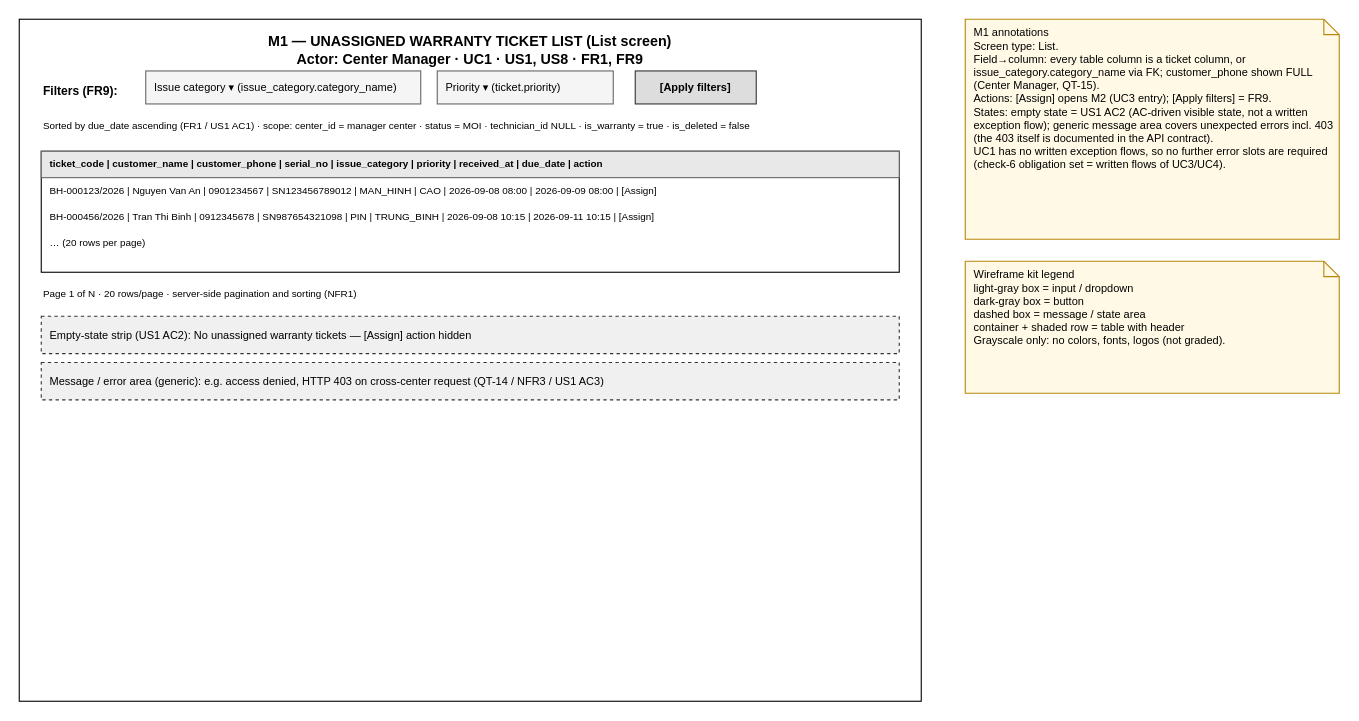
RASPHONE/cdtn1-rasphonesamphanthamith-l4 keeps this draw.io diagram as page "M1 Unassigned list" (1 of 3) of docs/wireframes_l4_en.drawio. Above is the earlier version. Source tidied: cells renumbered, new cells numbered last; positions are measured from the earlier drawing's top-left corner, leaving out a move shared by most shapes. Both pictures are drawn from the tidied source at 110%, with x=0, y=0 at pixel (19, 19).
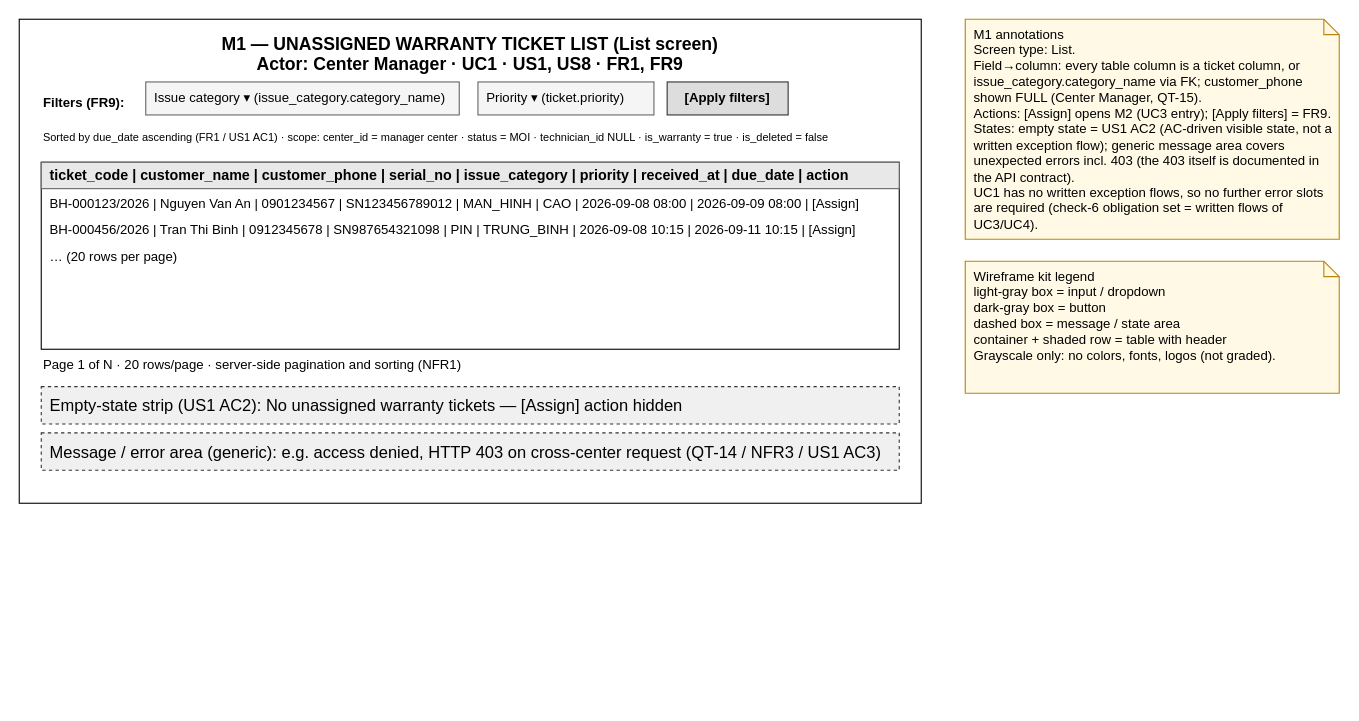
After the change.

The edit, as a diff of the source:
```diff
@@
 <mxGraphModel>
   <root>
     <mxCell id="0" />
     <mxCell id="1" parent="0" />
-    <mxCell id="2" value="M1 — UNASSIGNED WARRANTY TICKET LIST (List screen)&#10;Actor: Center Manager · UC1 · US1, US8 · FR1, FR9" style="rounded=0;whiteSpace=wrap;html=1;fillColor=#FFFFFF;strokeColor=#000000;verticalAlign=top;fontStyle=1;fontSize=13;spacingTop=6;" parent="1" vertex="1">
-      <mxGeometry width="820" height="620" as="geometry" />
+    <mxCell id="2" value="M1 — UNASSIGNED WARRANTY TICKET LIST (List screen)&#10;Actor: Center Manager · UC1 · US1, US8 · FR1, FR9" style="rounded=0;whiteSpace=wrap;html=1;fillColor=#FFFFFF;strokeColor=#000000;verticalAlign=top;fontStyle=1;fontSize=16;spacingTop=6;" parent="1" vertex="1">
+      <mxGeometry width="820" height="440" as="geometry" />
     </mxCell>
-    <mxCell id="3" value="Filters (FR9):" style="text;html=1;align=left;fontSize=11;fontStyle=1;" parent="1" vertex="1">
-      <mxGeometry x="20" y="52" width="90" height="20" as="geometry" />
+    <mxCell id="3" value="Filters (FR9):" style="text;html=1;align=left;fontSize=12;fontStyle=1;" parent="1" vertex="1">
+      <mxGeometry x="20" y="62" width="90" height="20" as="geometry" />
     </mxCell>
-    <mxCell id="4" value="Issue category ▾ (issue_category.category_name)" style="rounded=0;whiteSpace=wrap;html=1;fillColor=#F5F5F5;strokeColor=#666666;align=left;spacingLeft=6;fontSize=10;" parent="1" vertex="1">
-      <mxGeometry x="115" y="47" width="250" height="30" as="geometry" />
+    <mxCell id="4" value="Issue category ▾ (issue_category.category_name)" style="rounded=0;whiteSpace=wrap;html=1;fillColor=#F5F5F5;strokeColor=#666666;align=left;spacingLeft=6;fontSize=12;" parent="1" vertex="1">
+      <mxGeometry x="115" y="57" width="285" height="30" as="geometry" />
     </mxCell>
-    <mxCell id="5" value="Priority ▾ (ticket.priority)" style="rounded=0;whiteSpace=wrap;html=1;fillColor=#F5F5F5;strokeColor=#666666;align=left;spacingLeft=6;fontSize=10;" parent="1" vertex="1">
-      <mxGeometry x="380" y="47" width="160" height="30" as="geometry" />
+    <mxCell id="5" value="Priority ▾ (ticket.priority)" style="rounded=0;whiteSpace=wrap;html=1;fillColor=#F5F5F5;strokeColor=#666666;align=left;spacingLeft=6;fontSize=12;" parent="1" vertex="1">
+      <mxGeometry x="417" y="57" width="160" height="30" as="geometry" />
     </mxCell>
-    <mxCell id="6" value="[Apply filters]" style="rounded=0;whiteSpace=wrap;html=1;fillColor=#DDDDDD;strokeColor=#333333;fontSize=10;fontStyle=1;" parent="1" vertex="1">
-      <mxGeometry x="560" y="47" width="110" height="30" as="geometry" />
+    <mxCell id="6" value="[Apply filters]" style="rounded=0;whiteSpace=wrap;html=1;fillColor=#DDDDDD;strokeColor=#333333;fontSize=12;fontStyle=1;" parent="1" vertex="1">
+      <mxGeometry x="589" y="57" width="110" height="30" as="geometry" />
     </mxCell>
-    <mxCell id="7" value="Sorted by due_date ascending (FR1 / US1 AC1) · scope: center_id = manager center · status = MOI · technician_id NULL · is_warranty = true · is_deleted = false" style="text;html=1;align=left;fontSize=9;" parent="1" vertex="1">
-      <mxGeometry x="20" y="85" width="780" height="28" as="geometry" />
+    <mxCell id="7" value="Sorted by due_date ascending (FR1 / US1 AC1) · scope: center_id = manager center · status = MOI · technician_id NULL · is_warranty = true · is_deleted = false" style="text;html=1;align=left;fontSize=10;" parent="1" vertex="1">
+      <mxGeometry x="20" y="95" width="780" height="28" as="geometry" />
     </mxCell>
     <mxCell id="8" style="rounded=0;whiteSpace=wrap;html=1;fillColor=none;strokeColor=#000000;" parent="1" vertex="1">
-      <mxGeometry x="20" y="120" width="780" height="110" as="geometry" />
+      <mxGeometry x="20" y="130" width="780" height="170" as="geometry" />
     </mxCell>
-    <mxCell id="9" value="ticket_code | customer_name | customer_phone | serial_no | issue_category | priority | received_at | due_date | action" style="rounded=0;whiteSpace=wrap;html=1;fillColor=#E8E8E8;strokeColor=#666666;align=left;spacingLeft=6;fontSize=9;fontStyle=1;" parent="1" vertex="1">
-      <mxGeometry x="20" y="120" width="780" height="24" as="geometry" />
+    <mxCell id="9" value="ticket_code | customer_name | customer_phone | serial_no | issue_category | priority | received_at | due_date | action" style="rounded=0;whiteSpace=wrap;html=1;fillColor=#E8E8E8;strokeColor=#666666;align=left;spacingLeft=6;fontSize=13;fontStyle=1;" parent="1" vertex="1">
+      <mxGeometry x="20" y="130" width="780" height="24" as="geometry" />
     </mxCell>
-    <mxCell id="10" value="BH-000123/2026 | Nguyen Van An | 0901234567 | SN123456789012 | MAN_HINH | CAO | 2026-09-08 08:00 | 2026-09-09 08:00 | [Assign]" style="text;html=1;align=left;spacingLeft=6;fontSize=9;" parent="1" vertex="1">
-      <mxGeometry x="20" y="144" width="780" height="24" as="geometry" />
+    <mxCell id="10" value="BH-000123/2026 | Nguyen Van An | 0901234567 | SN123456789012 | MAN_HINH | CAO | 2026-09-08 08:00 | 2026-09-09 08:00 | [Assign]" style="text;html=1;align=left;spacingLeft=6;fontSize=12;" parent="1" vertex="1">
+      <mxGeometry x="20" y="154" width="780" height="24" as="geometry" />
     </mxCell>
-    <mxCell id="11" value="BH-000456/2026 | Tran Thi Binh | 0912345678 | SN987654321098 | PIN | TRUNG_BINH | 2026-09-08 10:15 | 2026-09-11 10:15 | [Assign]" style="text;html=1;align=left;spacingLeft=6;fontSize=9;" parent="1" vertex="1">
-      <mxGeometry x="20" y="168" width="780" height="24" as="geometry" />
+    <mxCell id="11" value="BH-000456/2026 | Tran Thi Binh | 0912345678 | SN987654321098 | PIN | TRUNG_BINH | 2026-09-08 10:15 | 2026-09-11 10:15 | [Assign]" style="text;html=1;align=left;spacingLeft=6;fontSize=12;" parent="1" vertex="1">
+      <mxGeometry x="20" y="178" width="780" height="24" as="geometry" />
     </mxCell>
-    <mxCell id="12" value="… (20 rows per page)" style="text;html=1;align=left;spacingLeft=6;fontSize=9;" parent="1" vertex="1">
-      <mxGeometry x="20" y="192" width="780" height="24" as="geometry" />
+    <mxCell id="12" value="… (20 rows per page)" style="text;html=1;align=left;spacingLeft=6;fontSize=12;" parent="1" vertex="1">
+      <mxGeometry x="20" y="202" width="780" height="24" as="geometry" />
     </mxCell>
-    <mxCell id="13" value="Page 1 of N · 20 rows/page · server-side pagination and sorting (NFR1)" style="text;html=1;align=left;fontSize=9;" parent="1" vertex="1">
-      <mxGeometry x="20" y="238" width="500" height="20" as="geometry" />
+    <mxCell id="13" value="Page 1 of N · 20 rows/page · server-side pagination and sorting (NFR1)" style="text;html=1;align=left;fontSize=12;" parent="1" vertex="1">
+      <mxGeometry x="20" y="300" width="500" height="20" as="geometry" />
     </mxCell>
-    <mxCell id="14" value="Empty-state strip (US1 AC2): No unassigned warranty tickets — [Assign] action hidden" style="rounded=0;whiteSpace=wrap;html=1;fillColor=#F0F0F0;strokeColor=#333333;dashed=1;align=left;spacingLeft=6;fontSize=10;" parent="1" vertex="1">
-      <mxGeometry x="20" y="270" width="780" height="34" as="geometry" />
+    <mxCell id="14" value="Empty-state strip (US1 AC2): No unassigned warranty tickets — [Assign] action hidden" style="rounded=0;whiteSpace=wrap;html=1;fillColor=#F0F0F0;strokeColor=#333333;dashed=1;align=left;spacingLeft=6;fontSize=15;" parent="1" vertex="1">
+      <mxGeometry x="20" y="334" width="780" height="34" as="geometry" />
     </mxCell>
-    <mxCell id="15" value="Message / error area (generic): e.g. access denied, HTTP 403 on cross-center request (QT-14 / NFR3 / US1 AC3)" style="rounded=0;whiteSpace=wrap;html=1;fillColor=#F0F0F0;strokeColor=#333333;dashed=1;align=left;spacingLeft=6;fontSize=10;" parent="1" vertex="1">
-      <mxGeometry x="20" y="312" width="780" height="34" as="geometry" />
+    <mxCell id="15" value="Message / error area (generic): e.g. access denied, HTTP 403 on cross-center request (QT-14 / NFR3 / US1 AC3)" style="rounded=0;whiteSpace=wrap;html=1;fillColor=#F0F0F0;strokeColor=#333333;dashed=1;align=left;spacingLeft=6;fontSize=15;" parent="1" vertex="1">
+      <mxGeometry x="20" y="376" width="780" height="34" as="geometry" />
     </mxCell>
-    <mxCell id="16" value="M1 annotations&#10;Screen type: List.&#10;Field→column: every table column is a ticket column, or issue_category.category_name via FK; customer_phone shown FULL (Center Manager, QT-15).&#10;Actions: [Assign] opens M2 (UC3 entry); [Apply filters] = FR9.&#10;States: empty state = US1 AC2 (AC-driven visible state, not a written exception flow); generic message area covers unexpected errors incl. 403 (the 403 itself is documented in the API contract).&#10;UC1 has no written exception flows, so no further error slots are required (check-6 obligation set = written flows of UC3/UC4)." style="shape=note;whiteSpace=wrap;html=1;size=14;align=left;verticalAlign=top;spacingLeft=6;fontSize=10;fillColor=#FFF9E6;strokeColor=#B8860B;" parent="1" vertex="1">
+    <mxCell id="16" value="M1 annotations&#10;Screen type: List.&#10;Field→column: every table column is a ticket column, or issue_category.category_name via FK; customer_phone shown FULL (Center Manager, QT-15).&#10;Actions: [Assign] opens M2 (UC3 entry); [Apply filters] = FR9.&#10;States: empty state = US1 AC2 (AC-driven visible state, not a written exception flow); generic message area covers unexpected errors incl. 403 (the 403 itself is documented in the API contract).&#10;UC1 has no written exception flows, so no further error slots are required (check-6 obligation set = written flows of UC3/UC4)." style="shape=note;whiteSpace=wrap;html=1;size=14;align=left;verticalAlign=top;spacingLeft=6;fontSize=12;fillColor=#FFF9E6;strokeColor=#B8860B;" parent="1" vertex="1">
       <mxGeometry x="860" width="340" height="200" as="geometry" />
     </mxCell>
-    <mxCell id="17" value="Wireframe kit legend&#10;light-gray box = input / dropdown&#10;dark-gray box = button&#10;dashed box = message / state area&#10;container + shaded row = table with header&#10;Grayscale only: no colors, fonts, logos (not graded)." style="shape=note;whiteSpace=wrap;html=1;size=14;align=left;verticalAlign=top;spacingLeft=6;fontSize=10;fillColor=#FFF9E6;strokeColor=#B8860B;" parent="1" vertex="1">
+    <mxCell id="17" value="Wireframe kit legend&#10;light-gray box = input / dropdown&#10;dark-gray box = button&#10;dashed box = message / state area&#10;container + shaded row = table with header&#10;Grayscale only: no colors, fonts, logos (not graded)." style="shape=note;whiteSpace=wrap;html=1;size=14;align=left;verticalAlign=top;spacingLeft=6;fontSize=12;fillColor=#FFF9E6;strokeColor=#B8860B;" parent="1" vertex="1">
       <mxGeometry x="860" y="220" width="340" height="120" as="geometry" />
     </mxCell>
   </root>
 </mxGraphModel>
```
